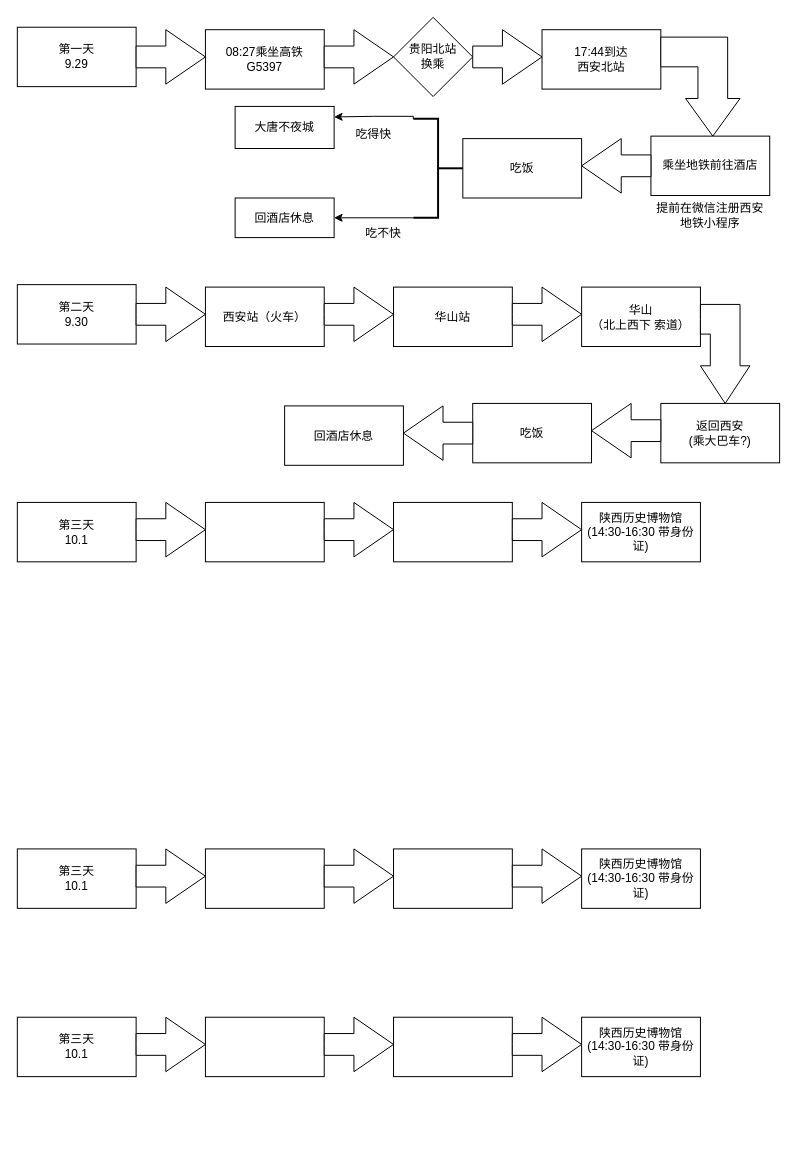
This is Xi'an.drawio from stanic11/miniprogram, a draw.io file, before an edit. Source tidied: cells renumbered, new cells numbered last; positions are measured from the earlier drawing's top-left corner, leaving out a move shared by most shapes. Both pictures are drawn from the tidied source at 99%, with x=0, y=0 at pixel (17, 17).
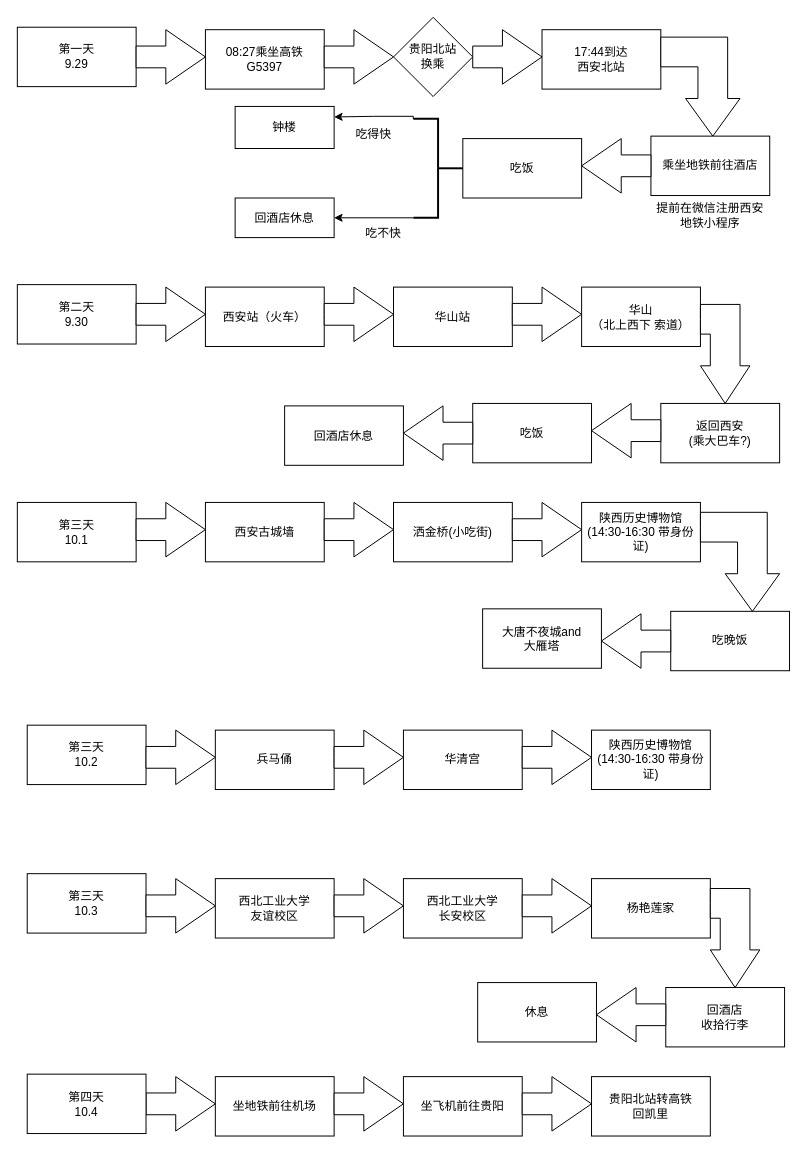
The same page after the edit.

What changed in the source:
```diff
@@
-    <mxCell id="17" value="大唐不夜城" style="rounded=0;whiteSpace=wrap;html=1;labelBackgroundColor=none;" parent="1" vertex="1">
+    <mxCell id="17" value="钟楼" style="rounded=0;whiteSpace=wrap;html=1;labelBackgroundColor=none;" parent="1" vertex="1">
       <mxGeometry x="220" y="90" width="100" height="42.5" as="geometry" />
     </mxCell>
@@
-    <mxCell id="30" style="rounded=0;whiteSpace=wrap;html=1;labelBackgroundColor=none;" parent="1" vertex="1">
+    <mxCell id="30" value="西安古城墙" style="rounded=0;whiteSpace=wrap;html=1;labelBackgroundColor=none;" parent="1" vertex="1">
       <mxGeometry x="190" y="490" width="120" height="60" as="geometry" />
     </mxCell>
@@
-    <mxCell id="32" style="rounded=0;whiteSpace=wrap;html=1;labelBackgroundColor=none;" parent="1" vertex="1">
+    <mxCell id="32" value="洒金桥(小吃街)" style="rounded=0;whiteSpace=wrap;html=1;labelBackgroundColor=none;" parent="1" vertex="1">
       <mxGeometry x="380" y="490" width="120" height="60" as="geometry" />
     </mxCell>
@@
-    <mxCell id="41" value="第三天&lt;br&gt;10.1" style="rounded=0;whiteSpace=wrap;html=1;labelBackgroundColor=none;" parent="1" vertex="1">
-      <mxGeometry y="840" width="120" height="60" as="geometry" />
+    <mxCell id="41" value="第三天&lt;br&gt;10.2" style="rounded=0;whiteSpace=wrap;html=1;labelBackgroundColor=none;" parent="1" vertex="1">
+      <mxGeometry x="10" y="715" width="120" height="60" as="geometry" />
     </mxCell>
     <mxCell id="42" style="html=1;shadow=0;dashed=0;align=center;verticalAlign=middle;shape=mxgraph.arrows2.arrow;dy=0.6;dx=40;notch=0;labelBackgroundColor=none;" parent="1" vertex="1">
-      <mxGeometry x="120" y="840" width="70" height="55" as="geometry" />
+      <mxGeometry x="130" y="720" width="70" height="55" as="geometry" />
     </mxCell>
-    <mxCell id="43" style="rounded=0;whiteSpace=wrap;html=1;labelBackgroundColor=none;" parent="1" vertex="1">
-      <mxGeometry x="190" y="840" width="120" height="60" as="geometry" />
+    <mxCell id="43" value="兵马俑" style="rounded=0;whiteSpace=wrap;html=1;labelBackgroundColor=none;" parent="1" vertex="1">
+      <mxGeometry x="200" y="720" width="120" height="60" as="geometry" />
     </mxCell>
     <mxCell id="44" style="html=1;shadow=0;dashed=0;align=center;verticalAlign=middle;shape=mxgraph.arrows2.arrow;dy=0.6;dx=40;notch=0;labelBackgroundColor=none;" parent="1" vertex="1">
-      <mxGeometry x="310" y="840" width="70" height="55" as="geometry" />
+      <mxGeometry x="320" y="720" width="70" height="55" as="geometry" />
     </mxCell>
-    <mxCell id="45" style="rounded=0;whiteSpace=wrap;html=1;labelBackgroundColor=none;" parent="1" vertex="1">
-      <mxGeometry x="380" y="840" width="120" height="60" as="geometry" />
+    <mxCell id="45" value="华清宫" style="rounded=0;whiteSpace=wrap;html=1;labelBackgroundColor=none;" parent="1" vertex="1">
+      <mxGeometry x="390" y="720" width="120" height="60" as="geometry" />
     </mxCell>
     <mxCell id="46" style="html=1;shadow=0;dashed=0;align=center;verticalAlign=middle;shape=mxgraph.arrows2.arrow;dy=0.6;dx=40;notch=0;labelBackgroundColor=none;" parent="1" vertex="1">
-      <mxGeometry x="500" y="840" width="70" height="55" as="geometry" />
+      <mxGeometry x="510" y="720" width="70" height="55" as="geometry" />
     </mxCell>
     <mxCell id="47" value="陕西历史博物馆&lt;br&gt;(14:30-16:30 带身份证)" style="rounded=0;whiteSpace=wrap;html=1;labelBackgroundColor=none;" parent="1" vertex="1">
-      <mxGeometry x="570" y="840" width="120" height="60" as="geometry" />
+      <mxGeometry x="580" y="720" width="120" height="60" as="geometry" />
     </mxCell>
-    <mxCell id="48" value="第三天&lt;br&gt;10.1" style="rounded=0;whiteSpace=wrap;html=1;labelBackgroundColor=none;" parent="1" vertex="1">
-      <mxGeometry y="1010" width="120" height="60" as="geometry" />
+    <mxCell id="48" value="第三天&lt;br&gt;10.3" style="rounded=0;whiteSpace=wrap;html=1;labelBackgroundColor=none;" parent="1" vertex="1">
+      <mxGeometry x="10" y="865" width="120" height="60" as="geometry" />
     </mxCell>
     <mxCell id="49" style="html=1;shadow=0;dashed=0;align=center;verticalAlign=middle;shape=mxgraph.arrows2.arrow;dy=0.6;dx=40;notch=0;labelBackgroundColor=none;" parent="1" vertex="1">
-      <mxGeometry x="120" y="1010" width="70" height="55" as="geometry" />
+      <mxGeometry x="130" y="870" width="70" height="55" as="geometry" />
     </mxCell>
-    <mxCell id="50" style="rounded=0;whiteSpace=wrap;html=1;labelBackgroundColor=none;" parent="1" vertex="1">
-      <mxGeometry x="190" y="1010" width="120" height="60" as="geometry" />
+    <mxCell id="50" value="西北工业大学&lt;br&gt;友谊校区" style="rounded=0;whiteSpace=wrap;html=1;labelBackgroundColor=none;" parent="1" vertex="1">
+      <mxGeometry x="200" y="870" width="120" height="60" as="geometry" />
     </mxCell>
     <mxCell id="51" style="html=1;shadow=0;dashed=0;align=center;verticalAlign=middle;shape=mxgraph.arrows2.arrow;dy=0.6;dx=40;notch=0;labelBackgroundColor=none;" parent="1" vertex="1">
-      <mxGeometry x="310" y="1010" width="70" height="55" as="geometry" />
+      <mxGeometry x="320" y="870" width="70" height="55" as="geometry" />
     </mxCell>
-    <mxCell id="52" style="rounded=0;whiteSpace=wrap;html=1;labelBackgroundColor=none;" parent="1" vertex="1">
-      <mxGeometry x="380" y="1010" width="120" height="60" as="geometry" />
+    <mxCell id="52" value="西北工业大学&lt;br&gt;长安校区" style="rounded=0;whiteSpace=wrap;html=1;labelBackgroundColor=none;" parent="1" vertex="1">
+      <mxGeometry x="390" y="870" width="120" height="60" as="geometry" />
     </mxCell>
     <mxCell id="53" style="html=1;shadow=0;dashed=0;align=center;verticalAlign=middle;shape=mxgraph.arrows2.arrow;dy=0.6;dx=40;notch=0;labelBackgroundColor=none;" parent="1" vertex="1">
-      <mxGeometry x="500" y="1010" width="70" height="55" as="geometry" />
+      <mxGeometry x="510" y="870" width="70" height="55" as="geometry" />
     </mxCell>
-    <mxCell id="54" value="陕西历史博物馆&lt;br&gt;(14:30-16:30 带身份证)" style="rounded=0;whiteSpace=wrap;html=1;labelBackgroundColor=none;" parent="1" vertex="1">
-      <mxGeometry x="570" y="1010" width="120" height="60" as="geometry" />
+    <mxCell id="54" value="杨艳莲家" style="rounded=0;whiteSpace=wrap;html=1;labelBackgroundColor=none;" parent="1" vertex="1">
+      <mxGeometry x="580" y="870" width="120" height="60" as="geometry" />
     </mxCell>
+    <mxCell id="55" style="html=1;shadow=0;dashed=0;align=center;verticalAlign=middle;shape=mxgraph.arrows2.bendArrow;dy=15;dx=38;notch=0;arrowHead=55;rounded=0;direction=south;labelBackgroundColor=none;" parent="1" vertex="1">
+      <mxGeometry x="690" y="500" width="80" height="100" as="geometry" />
+    </mxCell>
+    <mxCell id="56" value="吃晚饭" style="rounded=0;whiteSpace=wrap;html=1;labelBackgroundColor=none;" parent="1" vertex="1">
+      <mxGeometry x="660" y="600" width="120" height="60" as="geometry" />
+    </mxCell>
+    <mxCell id="57" style="html=1;shadow=0;dashed=0;align=center;verticalAlign=middle;shape=mxgraph.arrows2.arrow;dy=0.6;dx=40;notch=0;direction=west;labelBackgroundColor=none;" parent="1" vertex="1">
+      <mxGeometry x="590" y="602.5" width="70" height="55" as="geometry" />
+    </mxCell>
+    <mxCell id="58" value="大唐不夜城and&lt;br&gt;大雁塔" style="rounded=0;whiteSpace=wrap;html=1;labelBackgroundColor=none;" parent="1" vertex="1">
+      <mxGeometry x="470" y="597.5" width="120" height="60" as="geometry" />
+    </mxCell>
+    <mxCell id="59" style="html=1;shadow=0;dashed=0;align=center;verticalAlign=middle;shape=mxgraph.arrows2.bendArrow;dy=15;dx=38;notch=0;arrowHead=55;rounded=0;direction=south;labelBackgroundColor=none;" parent="1" vertex="1">
+      <mxGeometry x="700" y="880" width="50" height="100" as="geometry" />
+    </mxCell>
+    <mxCell id="60" value="回酒店&lt;br&gt;收拾行李" style="rounded=0;whiteSpace=wrap;html=1;labelBackgroundColor=none;" parent="1" vertex="1">
+      <mxGeometry x="655" y="980" width="120" height="60" as="geometry" />
+    </mxCell>
+    <mxCell id="61" style="html=1;shadow=0;dashed=0;align=center;verticalAlign=middle;shape=mxgraph.arrows2.arrow;dy=0.6;dx=40;notch=0;direction=west;labelBackgroundColor=none;" parent="1" vertex="1">
+      <mxGeometry x="585" y="980" width="70" height="55" as="geometry" />
+    </mxCell>
+    <mxCell id="62" value="休息" style="rounded=0;whiteSpace=wrap;html=1;labelBackgroundColor=none;" parent="1" vertex="1">
+      <mxGeometry x="465" y="975" width="120" height="60" as="geometry" />
+    </mxCell>
+    <mxCell id="63" style="html=1;shadow=0;dashed=0;align=center;verticalAlign=middle;shape=mxgraph.arrows2.arrow;dy=0.6;dx=40;notch=0;labelBackgroundColor=none;" parent="1" vertex="1">
+      <mxGeometry x="130" y="1070" width="70" height="55" as="geometry" />
+    </mxCell>
+    <mxCell id="64" value="坐地铁前往机场" style="rounded=0;whiteSpace=wrap;html=1;labelBackgroundColor=none;" parent="1" vertex="1">
+      <mxGeometry x="200" y="1070" width="120" height="60" as="geometry" />
+    </mxCell>
+    <mxCell id="65" style="html=1;shadow=0;dashed=0;align=center;verticalAlign=middle;shape=mxgraph.arrows2.arrow;dy=0.6;dx=40;notch=0;labelBackgroundColor=none;" parent="1" vertex="1">
+      <mxGeometry x="320" y="1070" width="70" height="55" as="geometry" />
+    </mxCell>
+    <mxCell id="66" value="坐飞机前往贵阳" style="rounded=0;whiteSpace=wrap;html=1;labelBackgroundColor=none;" parent="1" vertex="1">
+      <mxGeometry x="390" y="1070" width="120" height="60" as="geometry" />
+    </mxCell>
+    <mxCell id="67" style="html=1;shadow=0;dashed=0;align=center;verticalAlign=middle;shape=mxgraph.arrows2.arrow;dy=0.6;dx=40;notch=0;labelBackgroundColor=none;" parent="1" vertex="1">
+      <mxGeometry x="510" y="1070" width="70" height="55" as="geometry" />
+    </mxCell>
+    <mxCell id="68" value="贵阳北站转高铁&lt;br&gt;回凯里" style="rounded=0;whiteSpace=wrap;html=1;labelBackgroundColor=none;" parent="1" vertex="1">
+      <mxGeometry x="580" y="1070" width="120" height="60" as="geometry" />
+    </mxCell>
+    <mxCell id="69" value="第四天&lt;br&gt;10.4" style="rounded=0;whiteSpace=wrap;html=1;labelBackgroundColor=none;" parent="1" vertex="1">
+      <mxGeometry x="10" y="1067.5" width="120" height="60" as="geometry" />
+    </mxCell>
```
